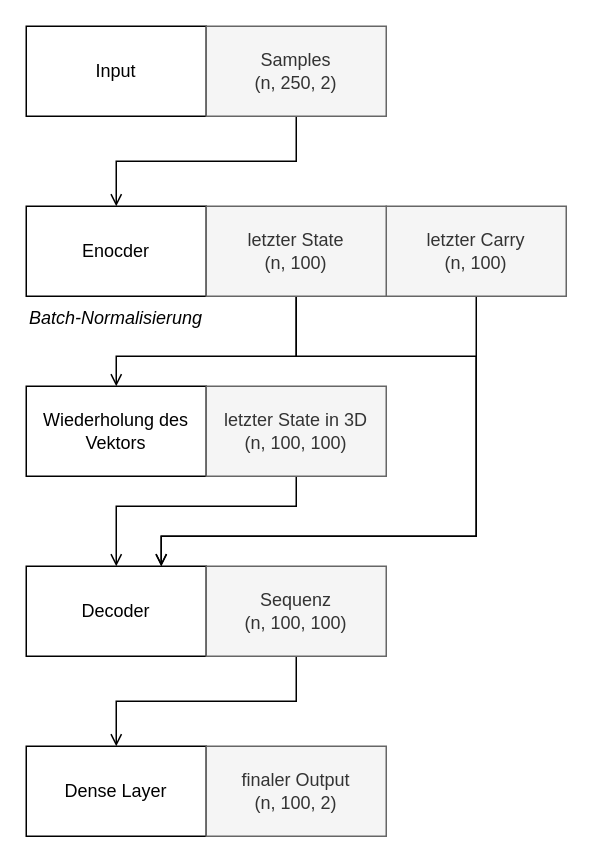
Above: plots/model.drawio in visserle/two-hearts (draw.io), before the change. Source tidied: cells renumbered, new cells numbered last; positions are measured from the earlier drawing's top-left corner, leaving out a move shared by most shapes. Both pictures are drawn from the tidied source at 150%, with x=0, y=0 at pixel (26, 26).
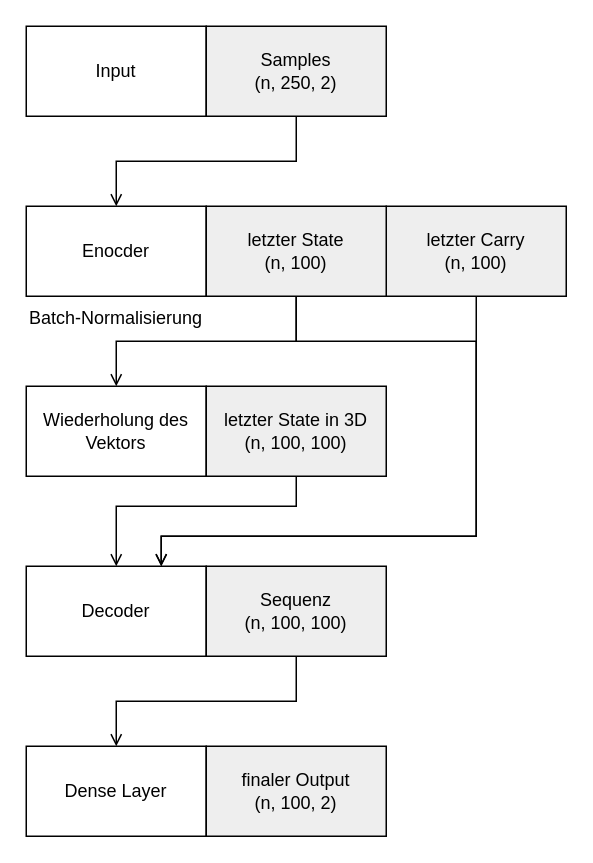
The same diagram, later.

Unchanged cells that the change refers to:
```xml
<mxCell id="11" value="Decoder" style="rounded=0;whiteSpace=wrap;html=1;" parent="1" vertex="1">
  <mxGeometry y="360" width="120" height="60" as="geometry" />
</mxCell>
<mxCell id="14" value="Wiederholung des Vektors" style="rounded=0;whiteSpace=wrap;html=1;" parent="1" vertex="1">
  <mxGeometry y="240" width="120" height="60" as="geometry" />
</mxCell>
```

What changed in the source:
```diff
@@
-    <mxCell id="4" value="Samples&lt;br&gt;(n, 250, 2)" style="rounded=0;whiteSpace=wrap;html=1;fillColor=#f5f5f5;fontColor=#333333;strokeColor=#666666;" parent="1" vertex="1">
+    <mxCell id="4" value="Samples&lt;br&gt;(n, 250, 2)" style="rounded=0;whiteSpace=wrap;html=1;fillColor=#eeeeee;strokeColor=#000000;fontColor=#000000;" parent="1" vertex="1">
       <mxGeometry x="120" width="120" height="60" as="geometry" />
     </mxCell>
@@
-    <mxCell id="6" style="edgeStyle=orthogonalEdgeStyle;rounded=0;sketch=0;jumpStyle=arc;jettySize=auto;html=1;entryX=0.75;entryY=0;entryDx=0;entryDy=0;shadow=0;fontSize=12;endArrow=open;endFill=0;" parent="1" edge="1" source="7" target="11">
+    <mxCell id="6" style="edgeStyle=orthogonalEdgeStyle;rounded=0;sketch=0;jumpStyle=arc;jettySize=auto;html=1;entryX=0.75;entryY=0;entryDx=0;entryDy=0;shadow=0;fontSize=12;endArrow=open;endFill=0;strokeColor=#000000;" parent="1" edge="1" source="7" target="11">
       <mxGeometry relative="1" as="geometry">
         <Array as="points">
           <mxPoint x="300" y="340" />
           <mxPoint x="90" y="340" />
         </Array>
       </mxGeometry>
     </mxCell>
-    <mxCell id="7" value="letzter Carry&lt;br&gt;(n, 100)" style="rounded=0;whiteSpace=wrap;html=1;fillColor=#f5f5f5;fontColor=#333333;strokeColor=#666666;" parent="1" vertex="1">
+    <mxCell id="7" value="letzter Carry&lt;br&gt;(n, 100)" style="rounded=0;whiteSpace=wrap;html=1;fillColor=#eeeeee;strokeColor=#000000;fontColor=#000000;" parent="1" vertex="1">
       <mxGeometry x="240" y="120" width="120" height="60" as="geometry" />
     </mxCell>
     <mxCell id="8" style="edgeStyle=orthogonalEdgeStyle;rounded=0;sketch=0;jumpStyle=arc;jettySize=auto;html=1;shadow=0;endArrow=open;endFill=0;entryX=0.5;entryY=0;entryDx=0;entryDy=0;" parent="1" edge="1" target="14">
       <mxGeometry relative="1" as="geometry">
         <mxPoint x="180" y="150" as="sourcePoint" />
         <Array as="points">
-          <mxPoint x="180" y="220" />
-          <mxPoint x="60" y="220" />
+          <mxPoint x="180" y="210" />
+          <mxPoint x="60" y="210" />
         </Array>
       </mxGeometry>
     </mxCell>
-    <mxCell id="9" style="edgeStyle=orthogonalEdgeStyle;rounded=0;sketch=0;jumpStyle=arc;jettySize=auto;html=1;entryX=0.75;entryY=0;entryDx=0;entryDy=0;shadow=0;fontSize=12;endArrow=open;endFill=0;" parent="1" edge="1" target="11">
+    <mxCell id="9" style="edgeStyle=orthogonalEdgeStyle;rounded=0;sketch=0;jumpStyle=arc;jettySize=auto;html=1;entryX=0.75;entryY=0;entryDx=0;entryDy=0;shadow=0;fontSize=12;endArrow=open;endFill=0;strokeColor=#000000;" parent="1" edge="1" target="11">
       <mxGeometry relative="1" as="geometry">
         <mxPoint x="180" y="129" as="sourcePoint" />
         <Array as="points">
-          <mxPoint x="180" y="220" />
-          <mxPoint x="300" y="220" />
+          <mxPoint x="180" y="210" />
+          <mxPoint x="300" y="210" />
           <mxPoint x="300" y="340" />
           <mxPoint x="90" y="340" />
         </Array>
       </mxGeometry>
     </mxCell>
-    <mxCell id="10" value="letzter State&lt;br&gt;(n, 100)" style="rounded=0;whiteSpace=wrap;html=1;fillColor=#f5f5f5;fontColor=#333333;strokeColor=#666666;" parent="1" vertex="1">
+    <mxCell id="10" value="letzter State&lt;br&gt;(n, 100)" style="rounded=0;whiteSpace=wrap;html=1;fillColor=#eeeeee;strokeColor=#000000;fontColor=#000000;" parent="1" vertex="1">
       <mxGeometry x="120" y="120" width="120" height="60" as="geometry" />
     </mxCell>
@@
-    <mxCell id="13" value="Sequenz&lt;br&gt;(n, 100, 100)" style="rounded=0;whiteSpace=wrap;html=1;fillColor=#f5f5f5;fontColor=#333333;strokeColor=#666666;" parent="1" vertex="1">
+    <mxCell id="13" value="Sequenz&lt;br&gt;(n, 100, 100)" style="rounded=0;whiteSpace=wrap;html=1;fillColor=#eeeeee;strokeColor=#000000;fontColor=#000000;" parent="1" vertex="1">
       <mxGeometry x="120" y="360" width="120" height="60" as="geometry" />
     </mxCell>
@@
-    <mxCell id="16" value="letzter State in 3D&lt;br&gt;(n, 100, 100)" style="rounded=0;whiteSpace=wrap;html=1;fillColor=#f5f5f5;fontColor=#333333;strokeColor=#666666;" parent="1" vertex="1">
+    <mxCell id="16" value="letzter State in 3D&lt;br&gt;(n, 100, 100)" style="rounded=0;whiteSpace=wrap;html=1;fillColor=#eeeeee;strokeColor=#000000;fontColor=#000000;" parent="1" vertex="1">
       <mxGeometry x="120" y="240" width="120" height="60" as="geometry" />
     </mxCell>
@@
-    <mxCell id="18" value="finaler Output&lt;br&gt;(n, 100, 2)" style="rounded=0;whiteSpace=wrap;html=1;fillColor=#f5f5f5;fontColor=#333333;strokeColor=#666666;" parent="1" vertex="1">
+    <mxCell id="18" value="finaler Output&lt;br&gt;(n, 100, 2)" style="rounded=0;whiteSpace=wrap;html=1;fillColor=#eeeeee;strokeColor=#000000;fontColor=#000000;" parent="1" vertex="1">
       <mxGeometry x="120" y="480" width="120" height="60" as="geometry" />
     </mxCell>
-    <mxCell id="19" value="&lt;i&gt;&lt;font style=&quot;font-size: 12px&quot;&gt;Batch-Normalisierung&lt;/font&gt;&lt;/i&gt;" style="text;html=1;strokeColor=none;fillColor=none;align=center;verticalAlign=middle;whiteSpace=wrap;rounded=0;fontSize=11;" parent="1" vertex="1">
+    <mxCell id="19" value="&lt;font style=&quot;font-size: 12px&quot;&gt;Batch-Normalisierung&lt;/font&gt;" style="text;html=1;strokeColor=none;fillColor=none;align=center;verticalAlign=middle;whiteSpace=wrap;rounded=0;fontSize=11;" parent="1" vertex="1">
       <mxGeometry y="180" width="120" height="30" as="geometry" />
     </mxCell>
```
